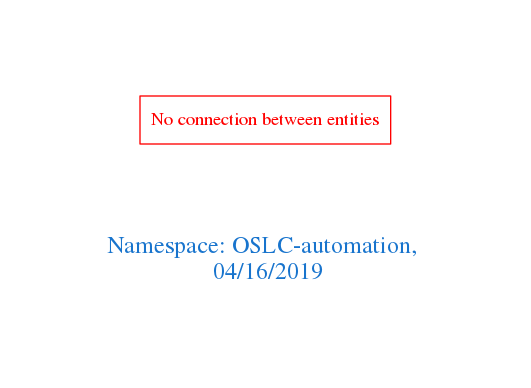
This is downloads/OSLC-automation.png from arago/OGIT, a Graphviz export, as it was before one commit. Its source is kept beside it as downloads/OSLC-automation.dot.
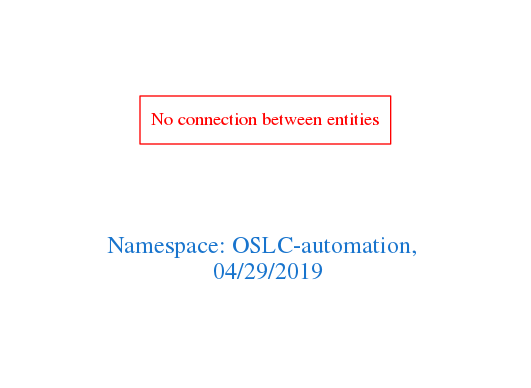
After the commit.

Diff of the diagram source:
```diff
@@ -1,7 +1,7 @@
 digraph OGIT_ontology {
  graph [ rankdir= LR,pad=1
 fontsize = 18,
-fontcolor= dodgerblue3,label = "\n\n\nNamespace: OSLC-automation, \n 04/16/2019"];
+fontcolor= dodgerblue3,label = "\n\n\nNamespace: OSLC-automation, \n 04/29/2019"];
 node[shape=polygon];
 edge [  color="gray81"];
 
```
